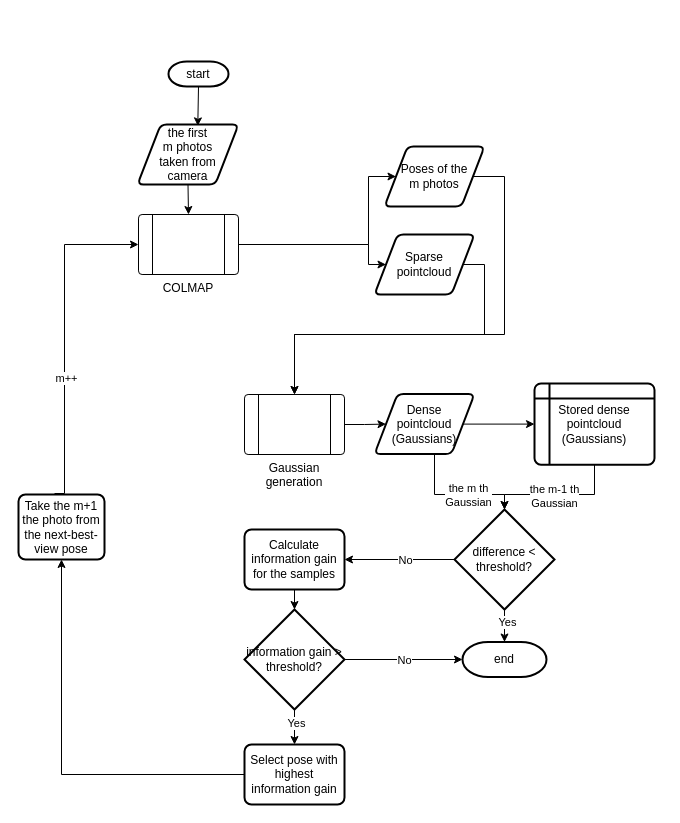
lemonci/Pattern_making keeps this draw.io diagram as page "Real-time" (2 of 2) of GS_flow.drawio. Above is the earlier version. Source tidied: cells renumbered, new cells numbered last; positions are measured from the earlier drawing's top-left corner, leaving out a move shared by most shapes. Both pictures are drawn from the tidied source at 100%, with x=0, y=0 at pixel (18, 61).
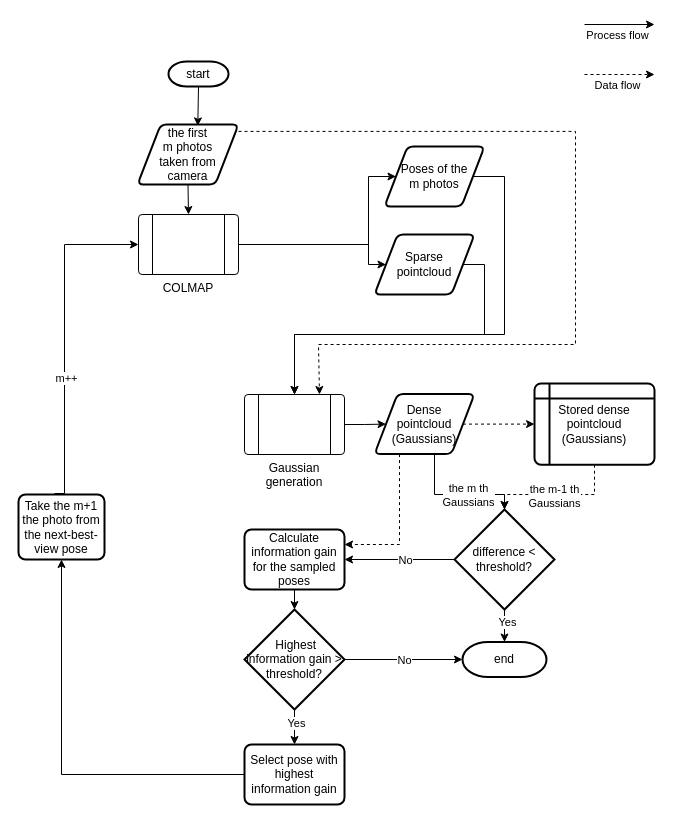
The same diagram, later.

The change refers to these unchanged cells:
```xml
<mxCell id="12" value="Gaussian generation" style="verticalLabelPosition=bottom;verticalAlign=top;html=1;shape=process;whiteSpace=wrap;rounded=1;size=0.14;arcSize=6;" parent="1" vertex="1">
  <mxGeometry x="226" y="333" width="100" height="60" as="geometry" />
</mxCell>
<mxCell id="14" value="Dense&lt;br&gt;pointcloud&lt;br&gt;(Gaussians)" style="shape=parallelogram;html=1;strokeWidth=2;perimeter=parallelogramPerimeter;whiteSpace=wrap;rounded=1;arcSize=12;size=0.23;" parent="1" vertex="1">
  <mxGeometry x="356" y="332.6" width="100" height="60" as="geometry" />
</mxCell>
<mxCell id="17" value="Stored dense pointcloud&lt;br&gt;(Gaussians)" style="shape=internalStorage;whiteSpace=wrap;html=1;dx=15;dy=15;rounded=1;arcSize=8;strokeWidth=2;" parent="1" vertex="1">
  <mxGeometry x="516" y="322" width="120" height="81.2" as="geometry" />
</mxCell>
<mxCell id="20" value="&lt;div&gt;difference &amp;lt; threshold?&lt;/div&gt;" style="strokeWidth=2;html=1;shape=mxgraph.flowchart.decision;whiteSpace=wrap;" parent="1" vertex="1">
  <mxGeometry x="436" y="448" width="100" height="100" as="geometry" />
</mxCell>
<mxCell id="21" style="edgeStyle=orthogonalEdgeStyle;rounded=0;jettySize=auto;html=1;exitX=0.5;exitY=1;exitDx=0;exitDy=0;entryX=0.5;entryY=0;entryDx=0;entryDy=0;entryPerimeter=0;" parent="1" edge="1" source="14" target="20">
  <mxGeometry relative="1" as="geometry">
    <Array as="points">
      <mxPoint x="416" y="433" />
      <mxPoint x="486" y="433" />
    </Array>
  </mxGeometry>
</mxCell>
```

Change to the diagram source:
```diff
@@
+    <mxCell id="40" style="edgeStyle=orthogonalEdgeStyle;rounded=0;jettySize=auto;html=1;exitX=1;exitY=0.25;exitDx=0;exitDy=0;dashed=1;entryX=0.75;entryY=0;entryDx=0;entryDy=0;" parent="1" edge="1" target="12">
+      <mxGeometry relative="1" as="geometry">
+        <mxPoint x="220" y="69.9" as="sourcePoint" />
+        <Array as="points">
+          <mxPoint x="557" y="70" />
+          <mxPoint x="557" y="283" />
+          <mxPoint x="300" y="283" />
+          <mxPoint x="300" y="333" />
+        </Array>
+      </mxGeometry>
+    </mxCell>
@@
-    <mxCell id="13" style="edgeStyle=orthogonalEdgeStyle;rounded=0;jettySize=auto;html=1;exitX=1;exitY=0.5;exitDx=0;exitDy=0;entryX=0;entryY=0.5;entryDx=0;entryDy=0;" parent="1" edge="1" source="14" target="17">
+    <mxCell id="13" style="edgeStyle=orthogonalEdgeStyle;rounded=0;jettySize=auto;html=1;exitX=1;exitY=0.5;exitDx=0;exitDy=0;entryX=0;entryY=0.5;entryDx=0;entryDy=0;dashed=1;" parent="1" edge="1" source="14" target="17">
       <mxGeometry relative="1" as="geometry" />
     </mxCell>
+    <mxCell id="41" style="edgeStyle=orthogonalEdgeStyle;rounded=0;jettySize=auto;html=1;exitX=0.25;exitY=1;exitDx=0;exitDy=0;entryX=1;entryY=0.25;entryDx=0;entryDy=0;dashed=1;" parent="1" edge="1" source="14" target="28">
+      <mxGeometry relative="1" as="geometry" />
+    </mxCell>
@@
-    <mxCell id="15" style="edgeStyle=orthogonalEdgeStyle;rounded=0;jettySize=auto;html=1;" parent="1" edge="1" source="17" target="20">
+    <mxCell id="15" style="edgeStyle=orthogonalEdgeStyle;rounded=0;jettySize=auto;html=1;dashed=1;" parent="1" edge="1" source="17" target="20">
       <mxGeometry relative="1" as="geometry">
         <Array as="points">
           <mxPoint x="576" y="433" />
           <mxPoint x="486" y="433" />
         </Array>
       </mxGeometry>
     </mxCell>
-    <mxCell id="16" value="the m-1 th&lt;br&gt;Gaussian" style="edgeLabel;html=1;align=center;verticalAlign=middle;" parent="15" vertex="1">
+    <mxCell id="16" value="the m-1 th&lt;br&gt;Gaussians" style="edgeLabel;html=1;align=center;verticalAlign=middle;" parent="15" vertex="1">
       <mxGeometry x="-0.18" y="1" relative="1" as="geometry">
         <mxPoint x="-15" as="offset" />
       </mxGeometry>
     </mxCell>
@@
-    <mxCell id="22" value="&lt;div&gt;the m th&lt;br&gt;&lt;/div&gt;&lt;div&gt;Gaussian&lt;br&gt;&lt;/div&gt;" style="edgeLabel;html=1;align=center;verticalAlign=middle;" parent="21" vertex="1">
+    <mxCell id="22" value="&lt;div&gt;the m th&lt;br&gt;&lt;/div&gt;&lt;div&gt;Gaussians&lt;br&gt;&lt;/div&gt;" style="edgeLabel;html=1;align=center;verticalAlign=middle;" parent="21" vertex="1">
       <mxGeometry x="0.08" y="1" relative="1" as="geometry">
         <mxPoint x="11" y="1" as="offset" />
       </mxGeometry>
     </mxCell>
@@
-    <mxCell id="28" value="Calculate information gain for the samples" style="rounded=1;whiteSpace=wrap;html=1;absoluteArcSize=1;arcSize=14;strokeWidth=2;" parent="1" vertex="1">
+    <mxCell id="28" value="Calculate information gain for the sampled poses" style="rounded=1;whiteSpace=wrap;html=1;absoluteArcSize=1;arcSize=14;strokeWidth=2;" parent="1" vertex="1">
       <mxGeometry x="226" y="468" width="100" height="60" as="geometry" />
     </mxCell>
@@
-    <mxCell id="35" value="information gain &amp;gt; threshold?" style="strokeWidth=2;html=1;shape=mxgraph.flowchart.decision;whiteSpace=wrap;" parent="1" vertex="1">
+    <mxCell id="35" value="&amp;nbsp;Highest&lt;br&gt;information gain &amp;gt; threshold?" style="strokeWidth=2;html=1;shape=mxgraph.flowchart.decision;whiteSpace=wrap;" parent="1" vertex="1">
       <mxGeometry x="226" y="548" width="100" height="100" as="geometry" />
     </mxCell>
@@
+    <mxCell id="42" style="endArrow=classic;html=1;rounded=0;" parent="1" edge="1">
+      <mxGeometry relative="1" as="geometry">
+        <mxPoint x="566" y="-37" as="sourcePoint" />
+        <mxPoint x="636" y="-37" as="targetPoint" />
+      </mxGeometry>
+    </mxCell>
+    <mxCell id="43" value="Process flow" style="edgeLabel;html=1;align=center;verticalAlign=middle;" parent="42" vertex="1">
+      <mxGeometry x="-0.09" relative="1" as="geometry">
+        <mxPoint y="10" as="offset" />
+      </mxGeometry>
+    </mxCell>
+    <mxCell id="44" style="endArrow=classic;html=1;rounded=0;dashed=1;" parent="1" edge="1">
+      <mxGeometry relative="1" as="geometry">
+        <mxPoint x="566" y="13" as="sourcePoint" />
+        <mxPoint x="636" y="13" as="targetPoint" />
+      </mxGeometry>
+    </mxCell>
+    <mxCell id="45" value="Data flow" style="edgeLabel;html=1;align=center;verticalAlign=middle;" parent="44" vertex="1">
+      <mxGeometry x="-0.09" relative="1" as="geometry">
+        <mxPoint y="10" as="offset" />
+      </mxGeometry>
+    </mxCell>
```
